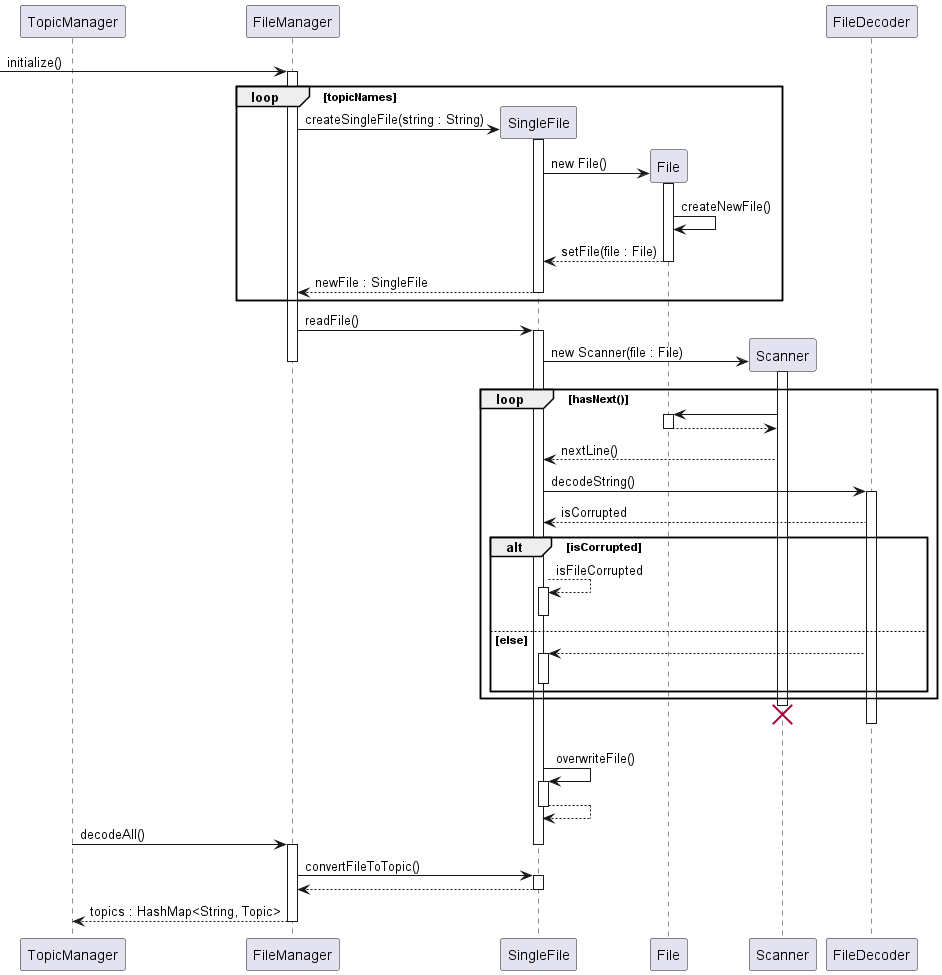
Above: docs/sequence/diagrams/InitializationFileManager.png in ong-ck/tp (PlantUML), before the change.
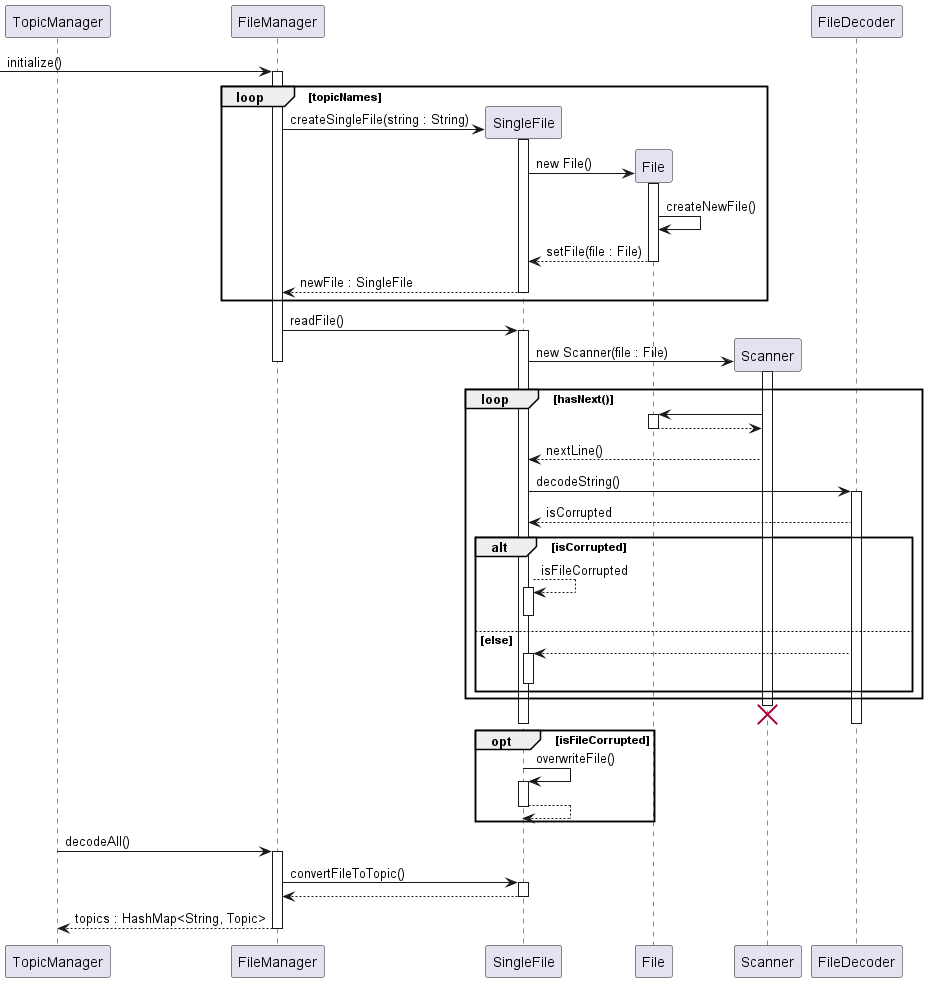
The same diagram one commit later.

Commit message:
Fix: added missing alt box section

Change to the diagram source:
```diff
@@ -45,14 +45,15 @@
         end
     end
     destroy s
+    deactivate sf
     deactivate fd
-    alt isFileCorrupted
+    opt isFileCorrupted
     sf -> sf : overwriteFile()
     activate sf
     sf --> sf
     deactivate sf
+    end
 tm -> fm : decodeAll()
-deactivate sf
 activate fm
 fm -> sf : convertFileToTopic()
 activate sf
```
